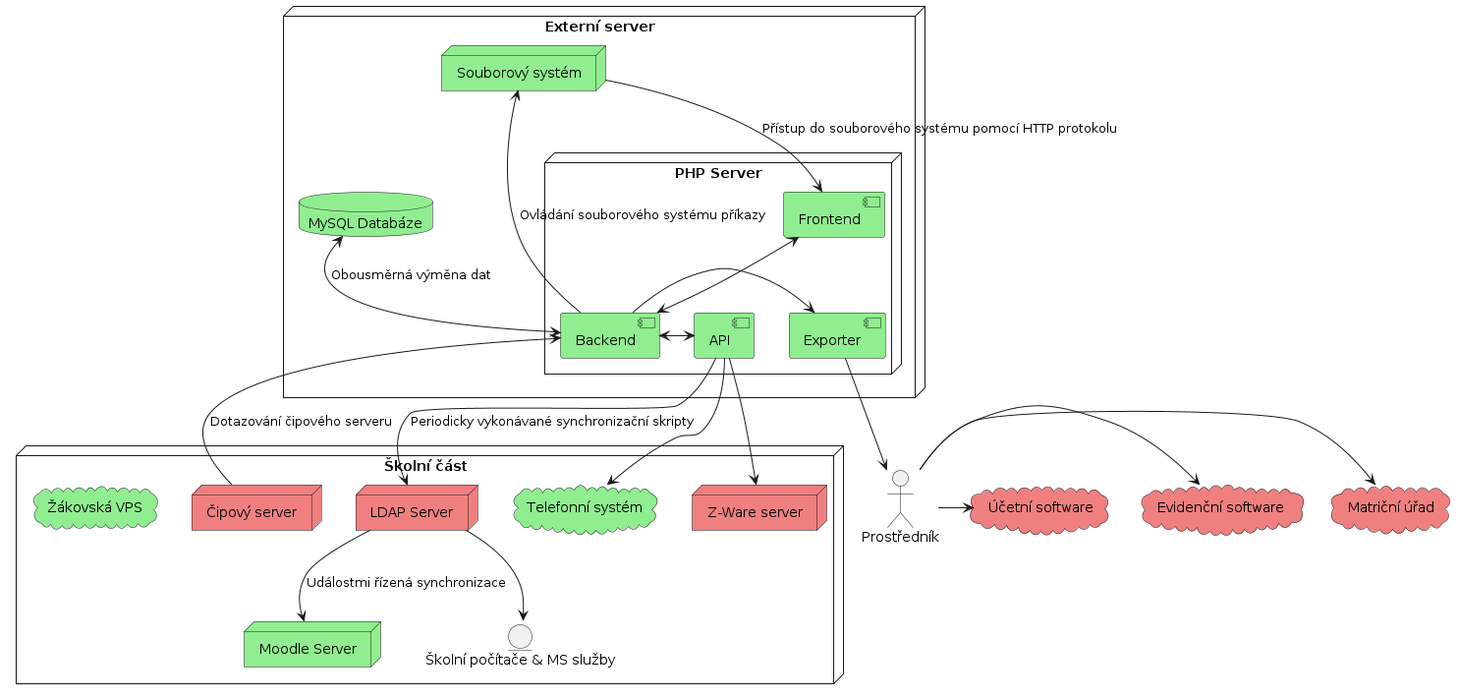
Before: img/architektura-puvodni.png, a diagram exported from PlantUML (DanielADK/tul-prj).
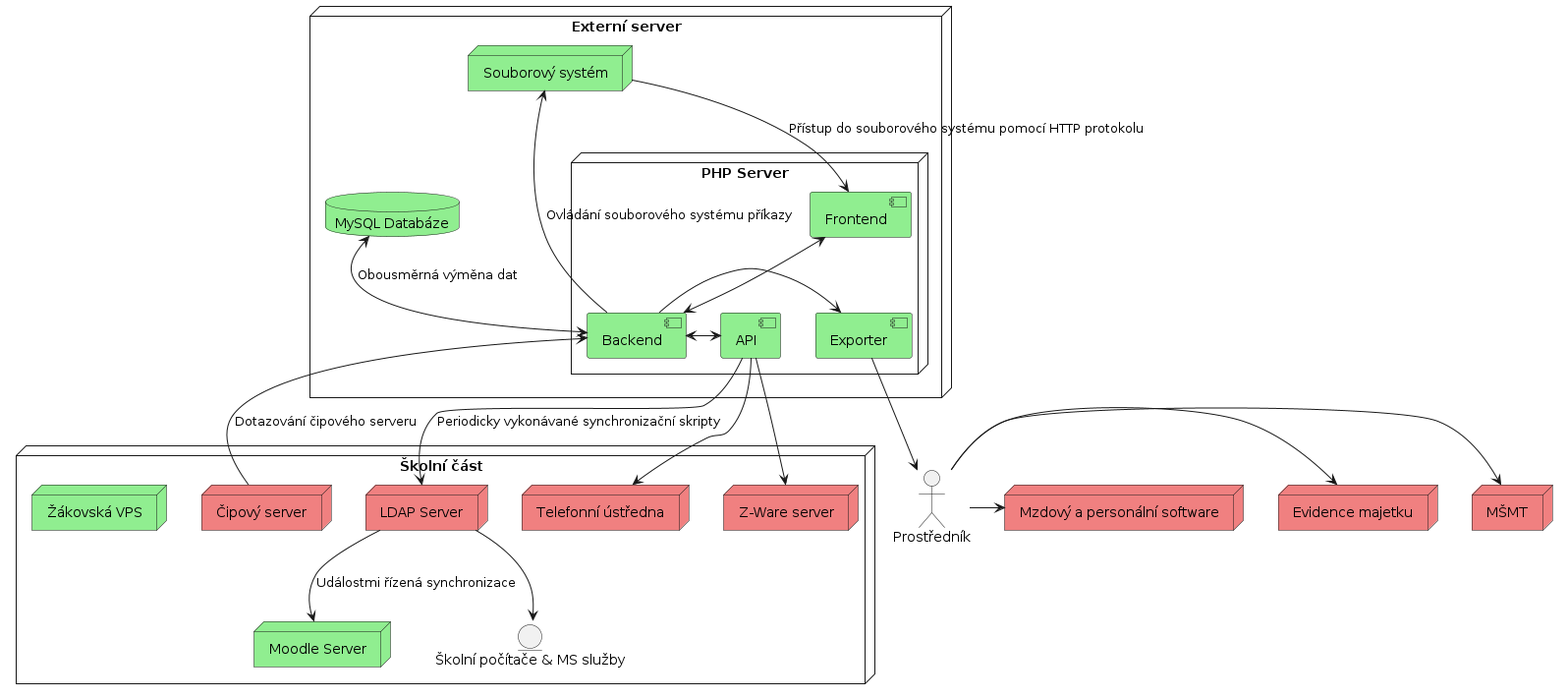
Above is the later version.

The edit, as a diff of the source:
```diff
@@ -12,15 +12,15 @@
 node "Školní část" {
   node "LDAP Server" as LDAP #back:lightcoral
   node "Moodle Server" as Moodle #back:lightgreen
-  cloud "Telefonní systém" as Telefony #back:lightgreen
+  node "Telefonní ústředna" as Telefony #back:lightcoral
   node "Z-Ware server" as ZWare #back:lightcoral
   node "Čipový server" as Cipy #back:lightcoral
   entity "Školní počítače & MS služby" as ŠkolníPC
-  cloud "Žákovská VPS" as VPS #back:lightgreen
+  node "Žákovská VPS" as VPS #back:lightgreen
 }
-cloud "Matriční úřad" as Matrika #back:lightcoral
-cloud "Evidenční software" as Evidence #back:lightcoral
-cloud "Účetní software" as Ucto #back:lightcoral
+node "MŠMT" as Matrika #back:lightcoral
+node "Evidence majetku" as Evidence #back:lightcoral
+node "Mzdový a personální software" as Ucto #back:lightcoral
 actor "Prostředník" as Clovek
 MySQL <--> [Backend] : Obousměrná výměna dat
 SouborovySystem <-- [Backend] : Ovládání souborového systému příkazy
```
